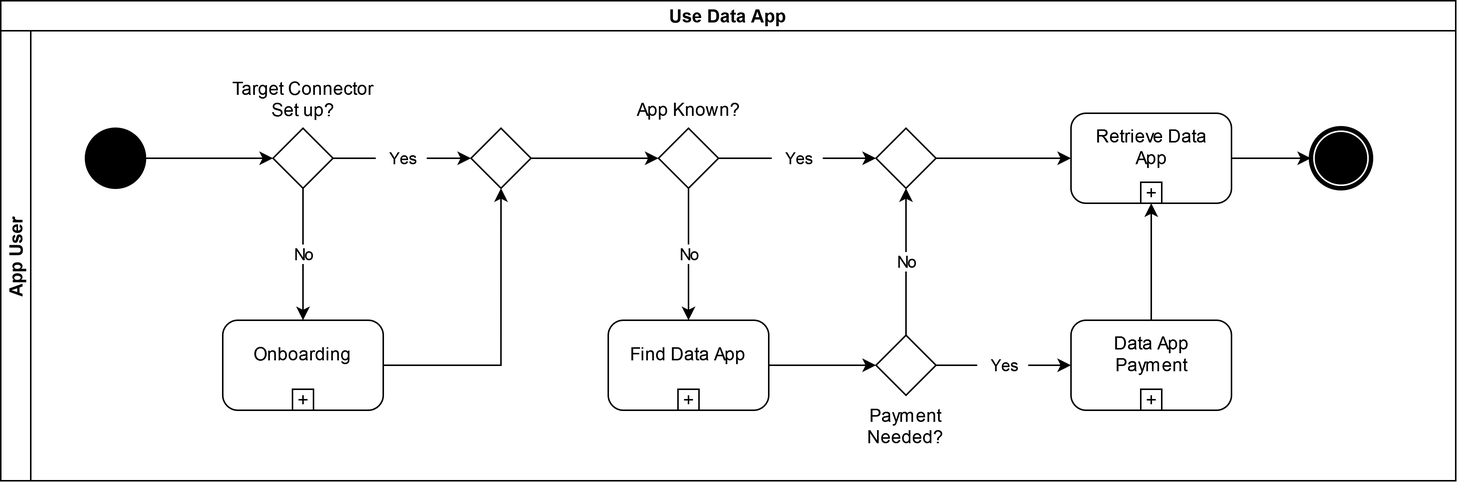
The draw.io diagram documentation/3_Layers_of_the_Reference_Architecture_Model/3_3_Process_Layer/media/use-data-app-process.png in International-Data-Spaces-Association/IDS-RAM_4_0, before a commit. Source tidied: cells renumbered, new cells last; positions are measured from the earlier drawing's top-left corner, leaving out a move shared by most shapes. Source of this version:
```xml
<mxGraphModel>
  <root>
    <mxCell id="0" />
    <mxCell id="1" parent="0" />
    <mxCell id="2" value="Use Data App" style="swimlane;horizontal=1;startSize=20;fontStyle=1;" parent="1" vertex="1">
      <mxGeometry width="970" height="320" as="geometry" />
    </mxCell>
    <mxCell id="3" value="App User" style="swimlane;startSize=20;horizontal=0;" parent="2" vertex="1">
      <mxGeometry y="20" width="970" height="300" as="geometry" />
    </mxCell>
    <mxCell id="4" style="ellipse;whiteSpace=wrap;html=1;rounded=0;shadow=0;comic=0;labelBackgroundColor=none;strokeWidth=1;fillColor=#000000;fontFamily=Verdana;fontSize=12;align=center;" parent="3" vertex="1">
      <mxGeometry x="56.5" y="65" width="40" height="40" as="geometry" />
    </mxCell>
    <mxCell id="5" value="Onboarding&#10;" style="points=[[0.25,0,0],[0.5,0,0],[0.75,0,0],[1,0.25,0],[1,0.5,0],[1,0.75,0],[0.75,1,0],[0.5,1,0],[0.25,1,0],[0,0.75,0],[0,0.5,0],[0,0.25,0]];shape=mxgraph.bpmn.task;whiteSpace=wrap;rectStyle=rounded;size=10;taskMarker=abstract;isLoopSub=1;fontSize=12;" parent="3" vertex="1">
      <mxGeometry x="148" y="193" width="107" height="60" as="geometry" />
    </mxCell>
    <mxCell id="6" value="Find Data App&#10;" style="points=[[0.25,0,0],[0.5,0,0],[0.75,0,0],[1,0.25,0],[1,0.5,0],[1,0.75,0],[0.75,1,0],[0.5,1,0],[0.25,1,0],[0,0.75,0],[0,0.5,0],[0,0.25,0]];shape=mxgraph.bpmn.task;whiteSpace=wrap;rectStyle=rounded;size=10;taskMarker=abstract;isLoopSub=1;fontSize=12;" parent="3" vertex="1">
      <mxGeometry x="405" y="193" width="107" height="60" as="geometry" />
    </mxCell>
    <mxCell id="7" style="rhombus;whiteSpace=wrap;html=1;" parent="3" vertex="1">
      <mxGeometry x="313.5" y="65" width="40" height="40" as="geometry" />
    </mxCell>
    <mxCell id="8" style="edgeStyle=orthogonalEdgeStyle;rounded=0;jettySize=auto;html=1;entryX=0.5;entryY=1;entryDx=0;entryDy=0;" parent="3" edge="1" source="5" target="7">
      <mxGeometry relative="1" as="geometry" />
    </mxCell>
    <mxCell id="9" style="rhombus;whiteSpace=wrap;html=1;" parent="3" vertex="1">
      <mxGeometry x="438.5" y="65" width="40" height="40" as="geometry" />
    </mxCell>
    <mxCell id="10" value="No" style="edgeStyle=orthogonalEdgeStyle;rounded=0;jettySize=auto;html=1;entryX=0.5;entryY=0;entryDx=0;entryDy=0;entryPerimeter=0;exitX=0.5;exitY=1;exitDx=0;exitDy=0;" parent="3" edge="1" source="9" target="6">
      <mxGeometry relative="1" as="geometry" />
    </mxCell>
    <mxCell id="11" style="edgeStyle=orthogonalEdgeStyle;rounded=0;jettySize=auto;html=1;exitX=1;exitY=0.5;exitDx=0;exitDy=0;entryX=0;entryY=0.5;entryDx=0;entryDy=0;" parent="3" edge="1" source="7" target="9">
      <mxGeometry relative="1" as="geometry" />
    </mxCell>
    <mxCell id="12" value="App Known?" style="text;whiteSpace=wrap;html=1;align=center;" parent="3" vertex="1">
      <mxGeometry x="403.5" y="38.8" width="110" height="21.2" as="geometry" />
    </mxCell>
    <mxCell id="13" style="rhombus;whiteSpace=wrap;html=1;" parent="3" vertex="1">
      <mxGeometry x="181.5" y="65" width="40" height="40" as="geometry" />
    </mxCell>
    <mxCell id="14" style="edgeStyle=orthogonalEdgeStyle;rounded=0;jettySize=auto;html=1;entryX=0;entryY=0.5;entryDx=0;entryDy=0;" parent="3" edge="1" source="4" target="13">
      <mxGeometry relative="1" as="geometry" />
    </mxCell>
    <mxCell id="15" value="No" style="edgeStyle=orthogonalEdgeStyle;rounded=0;jettySize=auto;html=1;entryX=0.5;entryY=0;entryDx=0;entryDy=0;entryPerimeter=0;exitX=0.5;exitY=1;exitDx=0;exitDy=0;" parent="3" edge="1" source="13" target="5">
      <mxGeometry relative="1" as="geometry" />
    </mxCell>
    <mxCell id="16" value="&amp;nbsp;&amp;nbsp; Yes&amp;nbsp;&amp;nbsp; " style="edgeStyle=orthogonalEdgeStyle;rounded=0;jettySize=auto;html=1;entryX=0;entryY=0.5;entryDx=0;entryDy=0;exitX=1;exitY=0.5;exitDx=0;exitDy=0;" parent="3" edge="1" source="13" target="7">
      <mxGeometry relative="1" as="geometry" />
    </mxCell>
    <mxCell id="17" value="Target Connector Set up?" style="text;whiteSpace=wrap;html=1;align=center;" parent="3" vertex="1">
      <mxGeometry x="146.5" y="25" width="110" height="40" as="geometry" />
    </mxCell>
    <mxCell id="18" value="Retrieve Data&#10;App&#10;" style="points=[[0.25,0,0],[0.5,0,0],[0.75,0,0],[1,0.25,0],[1,0.5,0],[1,0.75,0],[0.75,1,0],[0.5,1,0],[0.25,1,0],[0,0.75,0],[0,0.5,0],[0,0.25,0]];shape=mxgraph.bpmn.task;whiteSpace=wrap;rectStyle=rounded;size=10;taskMarker=abstract;isLoopSub=1;fontSize=12;" parent="3" vertex="1">
      <mxGeometry x="713.5" y="55" width="107" height="60" as="geometry" />
    </mxCell>
    <mxCell id="19" style="rhombus;whiteSpace=wrap;html=1;" parent="3" vertex="1">
      <mxGeometry x="583.5" y="203" width="40" height="40" as="geometry" />
    </mxCell>
    <mxCell id="20" style="rounded=0;jettySize=auto;html=1;entryX=0;entryY=0.5;entryDx=0;entryDy=0;" parent="3" edge="1" source="6" target="19">
      <mxGeometry relative="1" as="geometry" />
    </mxCell>
    <mxCell id="21" value="&amp;nbsp;&amp;nbsp; Yes&amp;nbsp;&amp;nbsp; " style="rounded=0;jettySize=auto;html=1;exitX=1;exitY=0.5;exitDx=0;exitDy=0;entryX=0;entryY=0.5;entryDx=0;entryDy=0;entryPerimeter=0;" parent="3" edge="1" source="19" target="23">
      <mxGeometry relative="1" as="geometry" />
    </mxCell>
    <mxCell id="22" style="edgeStyle=none;rounded=0;jettySize=auto;html=1;entryX=0.5;entryY=1;entryDx=0;entryDy=0;entryPerimeter=0;" parent="3" edge="1" source="23" target="18">
      <mxGeometry relative="1" as="geometry" />
    </mxCell>
    <mxCell id="23" value="Data App&#10;Payment&#10;" style="points=[[0.25,0,0],[0.5,0,0],[0.75,0,0],[1,0.25,0],[1,0.5,0],[1,0.75,0],[0.75,1,0],[0.5,1,0],[0.25,1,0],[0,0.75,0],[0,0.5,0],[0,0.25,0]];shape=mxgraph.bpmn.task;whiteSpace=wrap;rectStyle=rounded;size=10;taskMarker=abstract;isLoopSub=1;fontSize=12;" parent="3" vertex="1">
      <mxGeometry x="713.5" y="193" width="107" height="60" as="geometry" />
    </mxCell>
    <mxCell id="24" style="edgeStyle=none;rounded=0;jettySize=auto;html=1;entryX=0;entryY=0.5;entryDx=0;entryDy=0;entryPerimeter=0;" parent="3" edge="1" source="25" target="18">
      <mxGeometry relative="1" as="geometry" />
    </mxCell>
    <mxCell id="25" style="rhombus;whiteSpace=wrap;html=1;" parent="3" vertex="1">
      <mxGeometry x="583.5" y="65" width="40" height="40" as="geometry" />
    </mxCell>
    <mxCell id="26" value="&amp;nbsp;&amp;nbsp; Yes&amp;nbsp;&amp;nbsp; " style="rounded=0;jettySize=auto;html=1;entryX=0;entryY=0.5;entryDx=0;entryDy=0;exitX=1;exitY=0.5;exitDx=0;exitDy=0;" parent="3" edge="1" source="9" target="25">
      <mxGeometry relative="1" as="geometry" />
    </mxCell>
    <mxCell id="27" value="No" style="edgeStyle=none;rounded=0;jettySize=auto;html=1;entryX=0.5;entryY=1;entryDx=0;entryDy=0;exitX=0.5;exitY=0;exitDx=0;exitDy=0;" parent="3" edge="1" source="19" target="25">
      <mxGeometry relative="1" as="geometry" />
    </mxCell>
    <mxCell id="28" style="shape=mxgraph.bpmn.shape;html=1;verticalLabelPosition=bottom;labelBackgroundColor=#ffffff;verticalAlign=top;perimeter=ellipsePerimeter;outline=end;symbol=terminate;rounded=0;shadow=0;comic=0;strokeWidth=1;fontFamily=Verdana;fontSize=12;align=center;" parent="3" vertex="1">
      <mxGeometry x="873.5" y="65" width="40" height="40" as="geometry" />
    </mxCell>
    <mxCell id="29" style="rounded=0;jettySize=auto;html=1;entryX=0;entryY=0.5;entryDx=0;entryDy=0;exitX=1;exitY=0.5;exitDx=0;exitDy=0;exitPerimeter=0;" parent="3" edge="1" source="18" target="28">
      <mxGeometry relative="1" as="geometry" />
    </mxCell>
    <mxCell id="30" value="Payment Needed?" style="text;whiteSpace=wrap;html=1;align=center;" parent="3" vertex="1">
      <mxGeometry x="556" y="243" width="95" height="43.2" as="geometry" />
    </mxCell>
  </root>
</mxGraphModel>
```
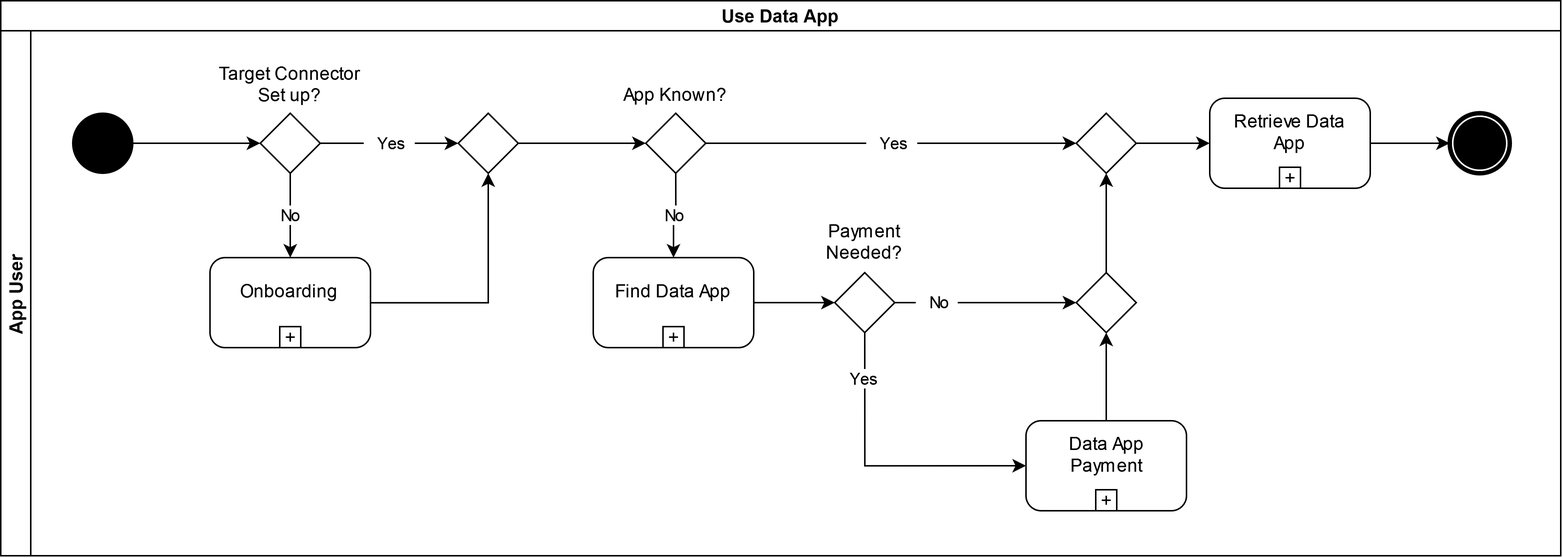
Later version of the same file.

The edit, as a diff of the source:
```diff
@@ -3,91 +3,97 @@
     <mxCell id="0" />
     <mxCell id="1" parent="0" />
     <mxCell id="2" value="Use Data App" style="swimlane;horizontal=1;startSize=20;fontStyle=1;" parent="1" vertex="1">
-      <mxGeometry width="970" height="320" as="geometry" />
+      <mxGeometry width="1040" height="370" as="geometry" />
     </mxCell>
     <mxCell id="3" value="App User" style="swimlane;startSize=20;horizontal=0;" parent="2" vertex="1">
-      <mxGeometry y="20" width="970" height="300" as="geometry" />
+      <mxGeometry y="20" width="1040" height="350" as="geometry" />
     </mxCell>
-    <mxCell id="4" style="ellipse;whiteSpace=wrap;html=1;rounded=0;shadow=0;comic=0;labelBackgroundColor=none;strokeWidth=1;fillColor=#000000;fontFamily=Verdana;fontSize=12;align=center;" parent="3" vertex="1">
-      <mxGeometry x="56.5" y="65" width="40" height="40" as="geometry" />
-    </mxCell>
+    <mxCell id="31" style="ellipse;whiteSpace=wrap;html=1;rounded=0;shadow=0;comic=0;labelBackgroundColor=none;strokeWidth=1;fillColor=#000000;fontFamily=Verdana;fontSize=12;align=center;" parent="3" vertex="1">
+      <mxGeometry x="48" y="55" width="40" height="40" as="geometry" />
+    </mxCell>
     <mxCell id="5" value="Onboarding&#10;" style="points=[[0.25,0,0],[0.5,0,0],[0.75,0,0],[1,0.25,0],[1,0.5,0],[1,0.75,0],[0.75,1,0],[0.5,1,0],[0.25,1,0],[0,0.75,0],[0,0.5,0],[0,0.25,0]];shape=mxgraph.bpmn.task;whiteSpace=wrap;rectStyle=rounded;size=10;taskMarker=abstract;isLoopSub=1;fontSize=12;" parent="3" vertex="1">
-      <mxGeometry x="148" y="193" width="107" height="60" as="geometry" />
+      <mxGeometry x="139.5" y="151.2" width="107" height="60" as="geometry" />
     </mxCell>
     <mxCell id="6" value="Find Data App&#10;" style="points=[[0.25,0,0],[0.5,0,0],[0.75,0,0],[1,0.25,0],[1,0.5,0],[1,0.75,0],[0.75,1,0],[0.5,1,0],[0.25,1,0],[0,0.75,0],[0,0.5,0],[0,0.25,0]];shape=mxgraph.bpmn.task;whiteSpace=wrap;rectStyle=rounded;size=10;taskMarker=abstract;isLoopSub=1;fontSize=12;" parent="3" vertex="1">
-      <mxGeometry x="405" y="193" width="107" height="60" as="geometry" />
+      <mxGeometry x="395" y="151.2" width="107" height="60" as="geometry" />
     </mxCell>
-    <mxCell id="7" style="rhombus;whiteSpace=wrap;html=1;" parent="3" vertex="1">
-      <mxGeometry x="313.5" y="65" width="40" height="40" as="geometry" />
-    </mxCell>
-    <mxCell id="8" style="edgeStyle=orthogonalEdgeStyle;rounded=0;jettySize=auto;html=1;entryX=0.5;entryY=1;entryDx=0;entryDy=0;" parent="3" edge="1" source="5" target="7">
-      <mxGeometry relative="1" as="geometry" />
-    </mxCell>
-    <mxCell id="9" style="rhombus;whiteSpace=wrap;html=1;" parent="3" vertex="1">
-      <mxGeometry x="438.5" y="65" width="40" height="40" as="geometry" />
-    </mxCell>
-    <mxCell id="10" value="No" style="edgeStyle=orthogonalEdgeStyle;rounded=0;jettySize=auto;html=1;entryX=0.5;entryY=0;entryDx=0;entryDy=0;entryPerimeter=0;exitX=0.5;exitY=1;exitDx=0;exitDy=0;" parent="3" edge="1" source="9" target="6">
-      <mxGeometry relative="1" as="geometry" />
-    </mxCell>
-    <mxCell id="11" style="edgeStyle=orthogonalEdgeStyle;rounded=0;jettySize=auto;html=1;exitX=1;exitY=0.5;exitDx=0;exitDy=0;entryX=0;entryY=0.5;entryDx=0;entryDy=0;" parent="3" edge="1" source="7" target="9">
-      <mxGeometry relative="1" as="geometry" />
-    </mxCell>
+    <mxCell id="32" style="rhombus;whiteSpace=wrap;html=1;" parent="3" vertex="1">
+      <mxGeometry x="305" y="55" width="40" height="40" as="geometry" />
+    </mxCell>
+    <mxCell id="33" style="edgeStyle=orthogonalEdgeStyle;rounded=0;jettySize=auto;html=1;entryX=0.5;entryY=1;entryDx=0;entryDy=0;" parent="3" edge="1" source="5" target="32">
+      <mxGeometry relative="1" as="geometry" />
+    </mxCell>
+    <mxCell id="34" style="rhombus;whiteSpace=wrap;html=1;" parent="3" vertex="1">
+      <mxGeometry x="430" y="55" width="40" height="40" as="geometry" />
+    </mxCell>
+    <mxCell id="35" value="No" style="edgeStyle=orthogonalEdgeStyle;rounded=0;jettySize=auto;html=1;entryX=0.5;entryY=0;entryDx=0;entryDy=0;entryPerimeter=0;exitX=0.5;exitY=1;exitDx=0;exitDy=0;" parent="3" edge="1" source="34" target="6">
+      <mxGeometry relative="1" as="geometry" />
+    </mxCell>
+    <mxCell id="36" style="edgeStyle=orthogonalEdgeStyle;rounded=0;jettySize=auto;html=1;exitX=1;exitY=0.5;exitDx=0;exitDy=0;entryX=0;entryY=0.5;entryDx=0;entryDy=0;" parent="3" edge="1" source="32" target="34">
+      <mxGeometry relative="1" as="geometry" />
+    </mxCell>
     <mxCell id="12" value="App Known?" style="text;whiteSpace=wrap;html=1;align=center;" parent="3" vertex="1">
-      <mxGeometry x="403.5" y="38.8" width="110" height="21.2" as="geometry" />
+      <mxGeometry x="395" y="28.8" width="110" height="21.2" as="geometry" />
     </mxCell>
-    <mxCell id="13" style="rhombus;whiteSpace=wrap;html=1;" parent="3" vertex="1">
-      <mxGeometry x="181.5" y="65" width="40" height="40" as="geometry" />
-    </mxCell>
-    <mxCell id="14" style="edgeStyle=orthogonalEdgeStyle;rounded=0;jettySize=auto;html=1;entryX=0;entryY=0.5;entryDx=0;entryDy=0;" parent="3" edge="1" source="4" target="13">
-      <mxGeometry relative="1" as="geometry" />
-    </mxCell>
-    <mxCell id="15" value="No" style="edgeStyle=orthogonalEdgeStyle;rounded=0;jettySize=auto;html=1;entryX=0.5;entryY=0;entryDx=0;entryDy=0;entryPerimeter=0;exitX=0.5;exitY=1;exitDx=0;exitDy=0;" parent="3" edge="1" source="13" target="5">
-      <mxGeometry relative="1" as="geometry" />
-    </mxCell>
+    <mxCell id="37" style="rhombus;whiteSpace=wrap;html=1;" parent="3" vertex="1">
+      <mxGeometry x="173" y="55" width="40" height="40" as="geometry" />
+    </mxCell>
+    <mxCell id="38" style="edgeStyle=orthogonalEdgeStyle;rounded=0;jettySize=auto;html=1;entryX=0;entryY=0.5;entryDx=0;entryDy=0;" parent="3" edge="1" source="31" target="37">
+      <mxGeometry relative="1" as="geometry" />
+    </mxCell>
+    <mxCell id="39" value="No" style="edgeStyle=orthogonalEdgeStyle;rounded=0;jettySize=auto;html=1;entryX=0.5;entryY=0;entryDx=0;entryDy=0;entryPerimeter=0;exitX=0.5;exitY=1;exitDx=0;exitDy=0;" parent="3" edge="1" source="37" target="5">
+      <mxGeometry relative="1" as="geometry" />
+    </mxCell>
-    <mxCell id="16" value="&amp;nbsp;&amp;nbsp; Yes&amp;nbsp;&amp;nbsp; " style="edgeStyle=orthogonalEdgeStyle;rounded=0;jettySize=auto;html=1;entryX=0;entryY=0.5;entryDx=0;entryDy=0;exitX=1;exitY=0.5;exitDx=0;exitDy=0;" parent="3" edge="1" source="13" target="7">
+    <mxCell id="16" value="&amp;nbsp;&amp;nbsp; Yes&amp;nbsp;&amp;nbsp; " style="edgeStyle=orthogonalEdgeStyle;rounded=0;jettySize=auto;html=1;entryX=0;entryY=0.5;entryDx=0;entryDy=0;exitX=1;exitY=0.5;exitDx=0;exitDy=0;" parent="3" edge="1" source="37" target="32">
       <mxGeometry relative="1" as="geometry" />
     </mxCell>
     <mxCell id="17" value="Target Connector Set up?" style="text;whiteSpace=wrap;html=1;align=center;" parent="3" vertex="1">
-      <mxGeometry x="146.5" y="25" width="110" height="40" as="geometry" />
+      <mxGeometry x="138" y="15" width="110" height="40" as="geometry" />
     </mxCell>
     <mxCell id="18" value="Retrieve Data&#10;App&#10;" style="points=[[0.25,0,0],[0.5,0,0],[0.75,0,0],[1,0.25,0],[1,0.5,0],[1,0.75,0],[0.75,1,0],[0.5,1,0],[0.25,1,0],[0,0.75,0],[0,0.5,0],[0,0.25,0]];shape=mxgraph.bpmn.task;whiteSpace=wrap;rectStyle=rounded;size=10;taskMarker=abstract;isLoopSub=1;fontSize=12;" parent="3" vertex="1">
-      <mxGeometry x="713.5" y="55" width="107" height="60" as="geometry" />
+      <mxGeometry x="806" y="45" width="107" height="60" as="geometry" />
     </mxCell>
-    <mxCell id="19" style="rhombus;whiteSpace=wrap;html=1;" parent="3" vertex="1">
-      <mxGeometry x="583.5" y="203" width="40" height="40" as="geometry" />
-    </mxCell>
-    <mxCell id="20" style="rounded=0;jettySize=auto;html=1;entryX=0;entryY=0.5;entryDx=0;entryDy=0;" parent="3" edge="1" source="6" target="19">
-      <mxGeometry relative="1" as="geometry" />
-    </mxCell>
+    <mxCell id="40" style="rhombus;whiteSpace=wrap;html=1;" parent="3" vertex="1">
+      <mxGeometry x="556" y="161.2" width="40" height="40" as="geometry" />
+    </mxCell>
+    <mxCell id="41" style="rounded=0;jettySize=auto;html=1;entryX=0;entryY=0.5;entryDx=0;entryDy=0;" parent="3" edge="1" source="6" target="40">
+      <mxGeometry relative="1" as="geometry" />
+    </mxCell>
-    <mxCell id="21" value="&amp;nbsp;&amp;nbsp; Yes&amp;nbsp;&amp;nbsp; " style="rounded=0;jettySize=auto;html=1;exitX=1;exitY=0.5;exitDx=0;exitDy=0;entryX=0;entryY=0.5;entryDx=0;entryDy=0;entryPerimeter=0;" parent="3" edge="1" source="19" target="23">
-      <mxGeometry relative="1" as="geometry" />
+    <mxCell id="21" value="&amp;nbsp;&amp;nbsp; Yes&amp;nbsp;&amp;nbsp; " style="rounded=0;jettySize=auto;html=1;exitX=0.5;exitY=1;exitDx=0;exitDy=0;entryX=0;entryY=0.5;entryDx=0;entryDy=0;entryPerimeter=0;edgeStyle=orthogonalEdgeStyle;" parent="3" edge="1" source="40" target="23">
+      <mxGeometry x="-0.69" y="-2" relative="1" as="geometry" />
     </mxCell>
-    <mxCell id="22" style="edgeStyle=none;rounded=0;jettySize=auto;html=1;entryX=0.5;entryY=1;entryDx=0;entryDy=0;entryPerimeter=0;" parent="3" edge="1" source="23" target="18">
-      <mxGeometry relative="1" as="geometry" />
-    </mxCell>
     <mxCell id="23" value="Data App&#10;Payment&#10;" style="points=[[0.25,0,0],[0.5,0,0],[0.75,0,0],[1,0.25,0],[1,0.5,0],[1,0.75,0],[0.75,1,0],[0.5,1,0],[0.25,1,0],[0,0.75,0],[0,0.5,0],[0,0.25,0]];shape=mxgraph.bpmn.task;whiteSpace=wrap;rectStyle=rounded;size=10;taskMarker=abstract;isLoopSub=1;fontSize=12;" parent="3" vertex="1">
-      <mxGeometry x="713.5" y="193" width="107" height="60" as="geometry" />
+      <mxGeometry x="683.5" y="260" width="107" height="60" as="geometry" />
     </mxCell>
-    <mxCell id="24" style="edgeStyle=none;rounded=0;jettySize=auto;html=1;entryX=0;entryY=0.5;entryDx=0;entryDy=0;entryPerimeter=0;" parent="3" edge="1" source="25" target="18">
-      <mxGeometry relative="1" as="geometry" />
-    </mxCell>
-    <mxCell id="25" style="rhombus;whiteSpace=wrap;html=1;" parent="3" vertex="1">
-      <mxGeometry x="583.5" y="65" width="40" height="40" as="geometry" />
-    </mxCell>
+    <mxCell id="42" style="edgeStyle=none;rounded=0;jettySize=auto;html=1;entryX=0;entryY=0.5;entryDx=0;entryDy=0;entryPerimeter=0;" parent="3" edge="1" source="43" target="18">
+      <mxGeometry relative="1" as="geometry" />
+    </mxCell>
+    <mxCell id="43" style="rhombus;whiteSpace=wrap;html=1;" parent="3" vertex="1">
+      <mxGeometry x="717" y="55" width="40" height="40" as="geometry" />
+    </mxCell>
-    <mxCell id="26" value="&amp;nbsp;&amp;nbsp; Yes&amp;nbsp;&amp;nbsp; " style="rounded=0;jettySize=auto;html=1;entryX=0;entryY=0.5;entryDx=0;entryDy=0;exitX=1;exitY=0.5;exitDx=0;exitDy=0;" parent="3" edge="1" source="9" target="25">
+    <mxCell id="26" value="&amp;nbsp;&amp;nbsp; Yes&amp;nbsp;&amp;nbsp; " style="rounded=0;jettySize=auto;html=1;entryX=0;entryY=0.5;entryDx=0;entryDy=0;exitX=1;exitY=0.5;exitDx=0;exitDy=0;" parent="3" edge="1" source="34" target="43">
       <mxGeometry relative="1" as="geometry" />
     </mxCell>
-    <mxCell id="27" value="No" style="edgeStyle=none;rounded=0;jettySize=auto;html=1;entryX=0.5;entryY=1;entryDx=0;entryDy=0;exitX=0.5;exitY=0;exitDx=0;exitDy=0;" parent="3" edge="1" source="19" target="25">
-      <mxGeometry relative="1" as="geometry" />
-    </mxCell>
-    <mxCell id="28" style="shape=mxgraph.bpmn.shape;html=1;verticalLabelPosition=bottom;labelBackgroundColor=#ffffff;verticalAlign=top;perimeter=ellipsePerimeter;outline=end;symbol=terminate;rounded=0;shadow=0;comic=0;strokeWidth=1;fontFamily=Verdana;fontSize=12;align=center;" parent="3" vertex="1">
-      <mxGeometry x="873.5" y="65" width="40" height="40" as="geometry" />
-    </mxCell>
-    <mxCell id="29" style="rounded=0;jettySize=auto;html=1;entryX=0;entryY=0.5;entryDx=0;entryDy=0;exitX=1;exitY=0.5;exitDx=0;exitDy=0;exitPerimeter=0;" parent="3" edge="1" source="18" target="28">
-      <mxGeometry relative="1" as="geometry" />
-    </mxCell>
+    <mxCell id="44" style="edgeStyle=orthogonalEdgeStyle;rounded=0;jettySize=auto;html=1;entryX=0.5;entryY=1;entryDx=0;entryDy=0;" parent="3" edge="1" source="45" target="43">
+      <mxGeometry relative="1" as="geometry" />
+    </mxCell>
+    <mxCell id="45" style="rhombus;whiteSpace=wrap;html=1;" parent="3" vertex="1">
+      <mxGeometry x="717" y="161.2" width="40" height="40" as="geometry" />
+    </mxCell>
+    <mxCell id="46" value="&amp;nbsp;&amp;nbsp; No&amp;nbsp;&amp;nbsp; " style="edgeStyle=orthogonalEdgeStyle;rounded=0;jettySize=auto;html=1;entryX=0;entryY=0.5;entryDx=0;entryDy=0;exitX=1;exitY=0.5;exitDx=0;exitDy=0;" parent="3" edge="1" source="40" target="45">
+      <mxGeometry x="-0.54" relative="1" as="geometry" />
+    </mxCell>
+    <mxCell id="47" style="edgeStyle=orthogonalEdgeStyle;rounded=0;jettySize=auto;html=1;entryX=0.5;entryY=1;entryDx=0;entryDy=0;" parent="3" edge="1" source="23" target="45">
+      <mxGeometry relative="1" as="geometry" />
+    </mxCell>
+    <mxCell id="48" style="shape=mxgraph.bpmn.shape;html=1;verticalLabelPosition=bottom;labelBackgroundColor=#ffffff;verticalAlign=top;perimeter=ellipsePerimeter;outline=end;symbol=terminate;rounded=0;shadow=0;comic=0;strokeWidth=1;fontFamily=Verdana;fontSize=12;align=center;" parent="3" vertex="1">
+      <mxGeometry x="966" y="55" width="40" height="40" as="geometry" />
+    </mxCell>
+    <mxCell id="49" style="rounded=0;jettySize=auto;html=1;entryX=0;entryY=0.5;entryDx=0;entryDy=0;exitX=1;exitY=0.5;exitDx=0;exitDy=0;exitPerimeter=0;" parent="3" edge="1" source="18" target="48">
+      <mxGeometry relative="1" as="geometry" />
+    </mxCell>
     <mxCell id="30" value="Payment Needed?" style="text;whiteSpace=wrap;html=1;align=center;" parent="3" vertex="1">
-      <mxGeometry x="556" y="243" width="95" height="43.2" as="geometry" />
+      <mxGeometry x="547.2" y="120" width="57.5" height="43.2" as="geometry" />
     </mxCell>
   </root>
 </mxGraphModel>
```
